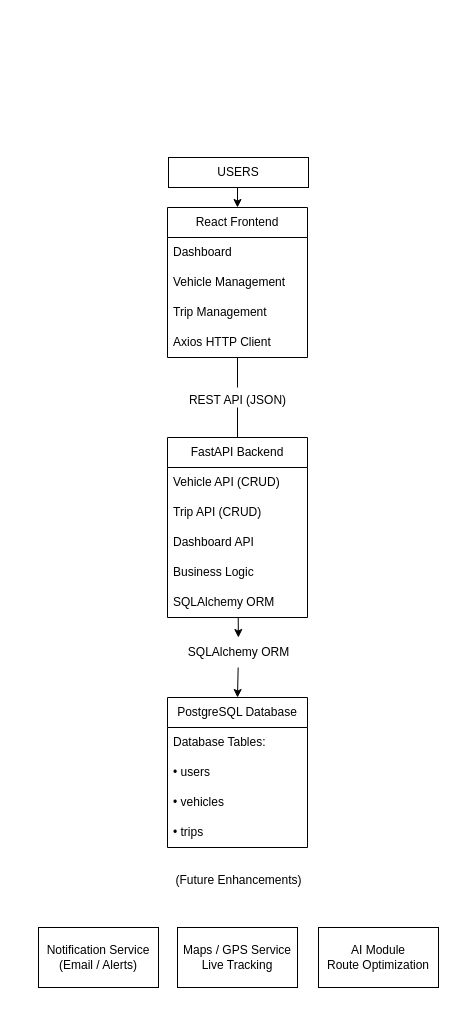
Abishekcoder18/vehicle-tracking-platform keeps this draw.io diagram as docs/diagrams/architecture.drawio. Above is the earlier version. Source tidied: cells renumbered, new cells numbered last; positions are measured from the earlier drawing's top-left corner, leaving out a move shared by most shapes. Both pictures are drawn from the tidied source at 100%, with x=0, y=0 at pixel (38, 157).
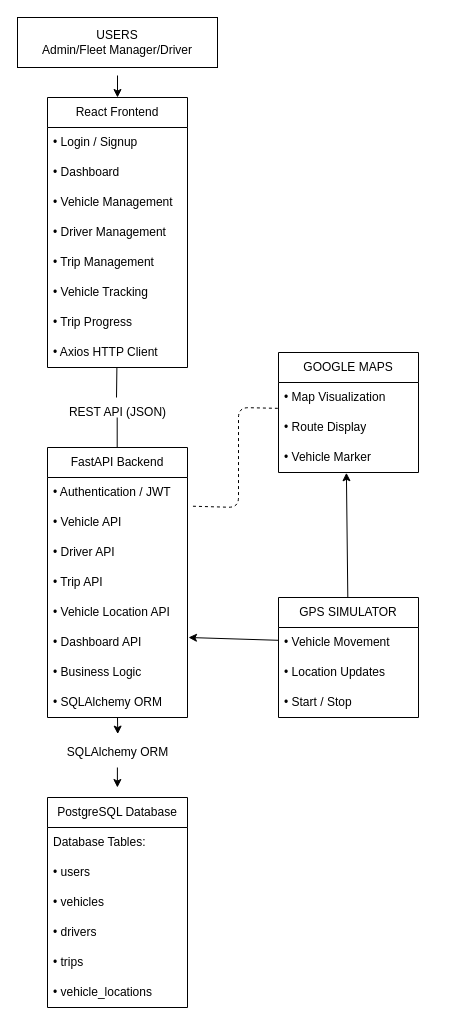
Above is the later version.

Change to the diagram source:
```diff
@@
     <mxCell id="2" style="edgeStyle=none;html=1;entryX=0.5;entryY=0;entryDx=0;entryDy=0;" parent="1" edge="1" target="4">
       <mxGeometry relative="1" as="geometry">
-        <mxPoint x="199" y="28" as="sourcePoint" />
+        <mxPoint x="79" y="-82" as="sourcePoint" />
       </mxGeometry>
     </mxCell>
-    <mxCell id="3" value="USERS" style="whiteSpace=wrap;html=1;" parent="1" vertex="1">
-      <mxGeometry x="130" width="140" height="30" as="geometry" />
+    <mxCell id="3" value="USERS&lt;div&gt;Admin/Fleet Manager/Driver&lt;/div&gt;" style="whiteSpace=wrap;html=1;" parent="1" vertex="1">
+      <mxGeometry x="-21" y="-140" width="200" height="50" as="geometry" />
     </mxCell>
     <mxCell id="4" value="&lt;span style=&quot;color: rgb(0, 0, 0);&quot;&gt;React Frontend&lt;/span&gt;" style="swimlane;fontStyle=0;horizontal=1;startSize=30;whiteSpace=wrap;html=1;" parent="1" vertex="1">
-      <mxGeometry x="129" y="50" width="140" height="150" as="geometry" />
+      <mxGeometry x="9" y="-60" width="140" height="270" as="geometry" />
     </mxCell>
-    <mxCell id="5" value="Dashboard" style="text;strokeColor=none;fillColor=none;align=left;verticalAlign=middle;spacingLeft=4;spacingRight=4;overflow=hidden;whiteSpace=wrap;html=1;" parent="4" vertex="1">
+    <mxCell id="5" value="• Login / Signup" style="text;strokeColor=none;fillColor=none;align=left;verticalAlign=middle;spacingLeft=4;spacingRight=4;overflow=hidden;whiteSpace=wrap;html=1;" parent="4" vertex="1">
       <mxGeometry y="30" width="140" height="30" as="geometry" />
     </mxCell>
-    <mxCell id="6" value="Vehicle Management" style="text;strokeColor=none;fillColor=none;align=left;verticalAlign=middle;spacingLeft=4;spacingRight=4;overflow=hidden;whiteSpace=wrap;html=1;" parent="4" vertex="1">
+    <mxCell id="6" value=" • Dashboard" style="text;strokeColor=none;fillColor=none;align=left;verticalAlign=middle;spacingLeft=4;spacingRight=4;overflow=hidden;whiteSpace=wrap;html=1;" parent="4" vertex="1">
       <mxGeometry y="60" width="140" height="30" as="geometry" />
     </mxCell>
-    <mxCell id="7" value="Trip Management" style="text;strokeColor=none;fillColor=none;align=left;verticalAlign=middle;spacingLeft=4;spacingRight=4;overflow=hidden;whiteSpace=wrap;html=1;" parent="4" vertex="1">
+    <mxCell id="7" value="• Vehicle Management" style="text;strokeColor=none;fillColor=none;align=left;verticalAlign=middle;spacingLeft=4;spacingRight=4;overflow=hidden;whiteSpace=wrap;html=1;" parent="4" vertex="1">
       <mxGeometry y="90" width="140" height="30" as="geometry" />
     </mxCell>
-    <mxCell id="8" value="Axios HTTP Client" style="text;strokeColor=none;fillColor=none;align=left;verticalAlign=middle;spacingLeft=4;spacingRight=4;overflow=hidden;whiteSpace=wrap;html=1;" parent="4" vertex="1">
+    <mxCell id="8" value="• Driver Management" style="text;strokeColor=none;fillColor=none;align=left;verticalAlign=middle;spacingLeft=4;spacingRight=4;overflow=hidden;whiteSpace=wrap;html=1;" parent="4" vertex="1">
       <mxGeometry y="120" width="140" height="30" as="geometry" />
     </mxCell>
+    <mxCell id="30" value="• Trip Management" style="text;strokeColor=none;fillColor=none;align=left;verticalAlign=middle;spacingLeft=4;spacingRight=4;overflow=hidden;whiteSpace=wrap;html=1;" parent="4" vertex="1">
+      <mxGeometry y="150" width="140" height="30" as="geometry" />
+    </mxCell>
+    <mxCell id="31" value="• Vehicle Tracking" style="text;strokeColor=none;fillColor=none;align=left;verticalAlign=middle;spacingLeft=4;spacingRight=4;overflow=hidden;whiteSpace=wrap;html=1;" parent="4" vertex="1">
+      <mxGeometry y="180" width="140" height="30" as="geometry" />
+    </mxCell>
+    <mxCell id="32" value="• Trip Progress" style="text;strokeColor=none;fillColor=none;align=left;verticalAlign=middle;spacingLeft=4;spacingRight=4;overflow=hidden;whiteSpace=wrap;html=1;" parent="4" vertex="1">
+      <mxGeometry y="210" width="140" height="30" as="geometry" />
+    </mxCell>
+    <mxCell id="33" value="• Axios HTTP Client" style="text;strokeColor=none;fillColor=none;align=left;verticalAlign=middle;spacingLeft=4;spacingRight=4;overflow=hidden;whiteSpace=wrap;html=1;" parent="4" vertex="1">
+      <mxGeometry y="240" width="140" height="30" as="geometry" />
+    </mxCell>
     <mxCell id="9" value="REST API (JSON)" style="text;html=1;align=center;verticalAlign=middle;points=[];strokeColor=none;fillColor=none;" parent="1" vertex="1">
-      <mxGeometry x="139" y="228" width="120" height="30" as="geometry" />
+      <mxGeometry x="19" y="240" width="120" height="30" as="geometry" />
     </mxCell>
-    <mxCell id="10" style="endArrow=none;html=1;exitX=0.5;exitY=0.067;exitDx=0;exitDy=0;exitPerimeter=0;" parent="1" edge="1" source="9">
+    <mxCell id="10" style="endArrow=none;html=1;" parent="1" edge="1">
       <mxGeometry relative="1" as="geometry">
-        <mxPoint x="199" y="200" as="targetPoint" />
+        <mxPoint x="78" y="240" as="sourcePoint" />
+        <mxPoint x="78.4" y="210" as="targetPoint" />
       </mxGeometry>
     </mxCell>
-    <mxCell id="11" style="endArrow=none;html=1;exitX=0.5;exitY=0;exitDx=0;exitDy=0;" parent="1" edge="1" source="13">
+    <mxCell id="11" style="endArrow=none;html=1;exitX=0.5;exitY=0;exitDx=0;exitDy=0;" parent="1" edge="1">
       <mxGeometry relative="1" as="geometry">
-        <mxPoint x="199" y="250" as="targetPoint" />
+        <mxPoint x="78.7" y="290" as="sourcePoint" />
+        <mxPoint x="78.7" y="260" as="targetPoint" />
       </mxGeometry>
     </mxCell>
-    <mxCell id="12" style="edgeStyle=none;html=1;" parent="1" edge="1" source="13" target="29">
+    <mxCell id="12" style="edgeStyle=none;html=1;exitX=0.5;exitY=1;exitDx=0;exitDy=0;exitPerimeter=0;entryX=0.502;entryY=-0.113;entryDx=0;entryDy=0;entryPerimeter=0;" parent="1" edge="1" source="36" target="29">
       <mxGeometry relative="1" as="geometry" />
     </mxCell>
     <mxCell id="13" value="&lt;span style=&quot;color: rgb(0, 0, 0);&quot;&gt;FastAPI Backend&lt;/span&gt;" style="swimlane;fontStyle=0;horizontal=1;startSize=30;whiteSpace=wrap;html=1;" parent="1" vertex="1">
-      <mxGeometry x="129" y="280" width="140" height="180" as="geometry" />
+      <mxGeometry x="9" y="290" width="140" height="270" as="geometry" />
     </mxCell>
-    <mxCell id="14" value="Vehicle API (CRUD)" style="text;strokeColor=none;fillColor=none;align=left;verticalAlign=middle;spacingLeft=4;spacingRight=4;overflow=hidden;whiteSpace=wrap;html=1;" parent="13" vertex="1">
+    <mxCell id="14" value="• Authentication / JWT" style="text;strokeColor=none;fillColor=none;align=left;verticalAlign=middle;spacingLeft=4;spacingRight=4;overflow=hidden;whiteSpace=wrap;html=1;" parent="13" vertex="1">
       <mxGeometry y="30" width="140" height="30" as="geometry" />
     </mxCell>
-    <mxCell id="15" value="Trip API (CRUD)" style="text;strokeColor=none;fillColor=none;align=left;verticalAlign=middle;spacingLeft=4;spacingRight=4;overflow=hidden;points=[[0,0.5],[1,0.5]];portConstraint=eastwest;whiteSpace=wrap;html=1;" parent="13" vertex="1">
+    <mxCell id="15" value=" • Vehicle API" style="text;strokeColor=none;fillColor=none;align=left;verticalAlign=middle;spacingLeft=4;spacingRight=4;overflow=hidden;points=[[0,0.5],[1,0.5]];portConstraint=eastwest;whiteSpace=wrap;html=1;" parent="13" vertex="1">
       <mxGeometry y="60" width="140" height="30" as="geometry" />
     </mxCell>
-    <mxCell id="16" value="Dashboard API" style="text;strokeColor=none;fillColor=none;align=left;verticalAlign=middle;spacingLeft=4;spacingRight=4;overflow=hidden;whiteSpace=wrap;html=1;" parent="13" vertex="1">
+    <mxCell id="16" value="• Driver API" style="text;strokeColor=none;fillColor=none;align=left;verticalAlign=middle;spacingLeft=4;spacingRight=4;overflow=hidden;whiteSpace=wrap;html=1;" parent="13" vertex="1">
       <mxGeometry y="90" width="140" height="30" as="geometry" />
     </mxCell>
-    <mxCell id="17" value="Business Logic" style="text;strokeColor=none;fillColor=none;align=left;verticalAlign=middle;spacingLeft=4;spacingRight=4;overflow=hidden;whiteSpace=wrap;html=1;" parent="13" vertex="1">
+    <mxCell id="17" value="• Trip API" style="text;strokeColor=none;fillColor=none;align=left;verticalAlign=middle;spacingLeft=4;spacingRight=4;overflow=hidden;whiteSpace=wrap;html=1;" parent="13" vertex="1">
       <mxGeometry y="120" width="140" height="30" as="geometry" />
     </mxCell>
-    <mxCell id="18" value="SQLAlchemy ORM" style="text;strokeColor=none;fillColor=none;align=left;verticalAlign=middle;spacingLeft=4;spacingRight=4;overflow=hidden;whiteSpace=wrap;html=1;" parent="13" vertex="1">
+    <mxCell id="18" value="• Vehicle Location API" style="text;strokeColor=none;fillColor=none;align=left;verticalAlign=middle;spacingLeft=4;spacingRight=4;overflow=hidden;whiteSpace=wrap;html=1;" parent="13" vertex="1">
       <mxGeometry y="150" width="140" height="30" as="geometry" />
     </mxCell>
+    <mxCell id="34" value="• Dashboard API" style="text;strokeColor=none;fillColor=none;align=left;verticalAlign=middle;spacingLeft=4;spacingRight=4;overflow=hidden;whiteSpace=wrap;html=1;" parent="13" vertex="1">
+      <mxGeometry y="180" width="140" height="30" as="geometry" />
+    </mxCell>
+    <mxCell id="35" value="• Business Logic" style="text;strokeColor=none;fillColor=none;align=left;verticalAlign=middle;spacingLeft=4;spacingRight=4;overflow=hidden;whiteSpace=wrap;html=1;" parent="13" vertex="1">
+      <mxGeometry y="210" width="140" height="30" as="geometry" />
+    </mxCell>
+    <mxCell id="36" value="• SQLAlchemy ORM" style="text;strokeColor=none;fillColor=none;align=left;verticalAlign=middle;spacingLeft=4;spacingRight=4;overflow=hidden;points=[[0,0.5],[1,0.5]];portConstraint=eastwest;whiteSpace=wrap;html=1;" parent="13" vertex="1">
+      <mxGeometry y="240" width="140" height="30" as="geometry" />
+    </mxCell>
     <mxCell id="19" value="&lt;span style=&quot;color: rgb(0, 0, 0);&quot;&gt;PostgreSQL Database&lt;/span&gt;" style="swimlane;fontStyle=0;horizontal=1;startSize=30;whiteSpace=wrap;html=1;" parent="1" vertex="1">
-      <mxGeometry x="129" y="540" width="140" height="150" as="geometry" />
+      <mxGeometry x="9" y="640" width="140" height="210" as="geometry" />
     </mxCell>
@@
-    <mxCell id="23" value="• trips" style="text;strokeColor=none;fillColor=none;align=left;verticalAlign=middle;spacingLeft=4;spacingRight=4;overflow=hidden;whiteSpace=wrap;html=1;" parent="19" vertex="1">
+    <mxCell id="23" value=" • drivers" style="text;strokeColor=none;fillColor=none;align=left;verticalAlign=middle;spacingLeft=4;spacingRight=4;overflow=hidden;whiteSpace=wrap;html=1;" parent="19" vertex="1">
       <mxGeometry y="120" width="140" height="30" as="geometry" />
     </mxCell>
-    <mxCell id="24" value="(Future Enhancements)" style="text;html=1;align=center;verticalAlign=middle;strokeColor=none;fillColor=none;" parent="1" vertex="1">
-      <mxGeometry x="125" y="708" width="150" height="30" as="geometry" />
-    </mxCell>
-    <mxCell id="25" value="Notification Service&lt;br&gt;(Email / Alerts)" style="whiteSpace=wrap;html=1;" parent="1" vertex="1">
-      <mxGeometry y="770" width="120" height="60" as="geometry" />
-    </mxCell>
-    <mxCell id="26" value="Maps / GPS Service&lt;br&gt;Live Tracking" style="whiteSpace=wrap;html=1;" parent="1" vertex="1">
-      <mxGeometry x="139" y="770" width="120" height="60" as="geometry" />
-    </mxCell>
-    <mxCell id="27" value="AI Module&lt;br&gt;Route Optimization" style="whiteSpace=wrap;html=1;" parent="1" vertex="1">
-      <mxGeometry x="280" y="770" width="120" height="60" as="geometry" />
-    </mxCell>
+    <mxCell id="37" value="• trips" style="text;strokeColor=none;fillColor=none;align=left;verticalAlign=middle;spacingLeft=4;spacingRight=4;overflow=hidden;whiteSpace=wrap;html=1;" parent="19" vertex="1">
+      <mxGeometry y="150" width="140" height="30" as="geometry" />
+    </mxCell>
+    <mxCell id="38" value="• vehicle_locations" style="text;strokeColor=none;fillColor=none;align=left;verticalAlign=middle;spacingLeft=4;spacingRight=4;overflow=hidden;whiteSpace=wrap;html=1;" parent="19" vertex="1">
+      <mxGeometry y="180" width="140" height="30" as="geometry" />
+    </mxCell>
-    <mxCell id="28" style="edgeStyle=none;html=1;entryX=0.5;entryY=0;entryDx=0;entryDy=0;" parent="1" edge="1" source="29" target="19">
-      <mxGeometry relative="1" as="geometry" />
+    <mxCell id="28" style="edgeStyle=none;html=1;" parent="1" edge="1">
+      <mxGeometry relative="1" as="geometry">
+        <mxPoint x="78.9" y="610" as="sourcePoint" />
+        <mxPoint x="78.9" y="630" as="targetPoint" />
+      </mxGeometry>
     </mxCell>
     <mxCell id="29" value="SQLAlchemy ORM" style="text;html=1;align=center;verticalAlign=middle;points=[];strokeColor=none;fillColor=none;" parent="1" vertex="1">
-      <mxGeometry x="140" y="480" width="120" height="30" as="geometry" />
+      <mxGeometry x="19" y="580" width="120" height="30" as="geometry" />
     </mxCell>
+    <mxCell id="39" value="&lt;span style=&quot;color: rgb(0, 0, 0);&quot;&gt;GOOGLE MAPS&lt;/span&gt;" style="swimlane;fontStyle=0;horizontal=1;startSize=30;whiteSpace=wrap;html=1;" parent="1" vertex="1">
+      <mxGeometry x="240" y="195" width="140" height="120" as="geometry" />
+    </mxCell>
+    <mxCell id="40" value="• Map Visualization" style="text;strokeColor=none;fillColor=none;align=left;verticalAlign=middle;spacingLeft=4;spacingRight=4;overflow=hidden;points=[[0,0.5],[1,0.5]];portConstraint=eastwest;whiteSpace=wrap;html=1;" parent="39" vertex="1">
+      <mxGeometry y="30" width="140" height="30" as="geometry" />
+    </mxCell>
+    <mxCell id="41" value=" • Route Display" style="text;strokeColor=none;fillColor=none;align=left;verticalAlign=middle;spacingLeft=4;spacingRight=4;overflow=hidden;whiteSpace=wrap;html=1;" parent="39" vertex="1">
+      <mxGeometry y="60" width="140" height="30" as="geometry" />
+    </mxCell>
+    <mxCell id="42" value="• Vehicle Marker" style="text;strokeColor=none;fillColor=none;align=left;verticalAlign=middle;spacingLeft=4;spacingRight=4;overflow=hidden;points=[[0,0.5],[1,0.5]];portConstraint=eastwest;whiteSpace=wrap;html=1;" parent="39" vertex="1">
+      <mxGeometry y="90" width="140" height="30" as="geometry" />
+    </mxCell>
+    <mxCell id="43" value="&lt;span style=&quot;color: rgb(0, 0, 0);&quot;&gt;GPS SIMULATOR&lt;/span&gt;" style="swimlane;fontStyle=0;horizontal=1;startSize=30;whiteSpace=wrap;html=1;" parent="1" vertex="1">
+      <mxGeometry x="240" y="440" width="140" height="120" as="geometry" />
+    </mxCell>
+    <mxCell id="44" style="edgeStyle=none;html=1;" parent="43" edge="1" source="45">
+      <mxGeometry relative="1" as="geometry">
+        <mxPoint x="-90" y="40" as="targetPoint" />
+      </mxGeometry>
+    </mxCell>
+    <mxCell id="45" value=" • Vehicle Movement" style="text;strokeColor=none;fillColor=none;align=left;verticalAlign=middle;spacingLeft=4;spacingRight=4;overflow=hidden;points=[[0,0.5],[1,0.5]];portConstraint=eastwest;whiteSpace=wrap;html=1;" parent="43" vertex="1">
+      <mxGeometry y="30" width="140" height="30" as="geometry" />
+    </mxCell>
+    <mxCell id="46" value=" • Location Updates" style="text;strokeColor=none;fillColor=none;align=left;verticalAlign=middle;spacingLeft=4;spacingRight=4;overflow=hidden;whiteSpace=wrap;html=1;" parent="43" vertex="1">
+      <mxGeometry y="60" width="140" height="30" as="geometry" />
+    </mxCell>
+    <mxCell id="47" value="• Start / Stop" style="text;strokeColor=none;fillColor=none;align=left;verticalAlign=middle;spacingLeft=4;spacingRight=4;overflow=hidden;whiteSpace=wrap;html=1;" parent="43" vertex="1">
+      <mxGeometry y="90" width="140" height="30" as="geometry" />
+    </mxCell>
+    <mxCell id="48" style="endArrow=none;dashed=1;html=1;exitX=1.039;exitY=-0.042;exitDx=0;exitDy=0;exitPerimeter=0;entryX=-0.005;entryY=0.861;entryDx=0;entryDy=0;entryPerimeter=0;" parent="1" edge="1" source="15" target="40">
+      <mxGeometry relative="1" as="geometry">
+        <Array as="points">
+          <mxPoint x="200" y="350" />
+          <mxPoint x="200" y="250" />
+        </Array>
+      </mxGeometry>
+    </mxCell>
+    <mxCell id="49" style="edgeStyle=none;html=1;entryX=0.485;entryY=1.009;entryDx=0;entryDy=0;entryPerimeter=0;" parent="1" edge="1" source="43" target="42">
+      <mxGeometry relative="1" as="geometry" />
+    </mxCell>
```
